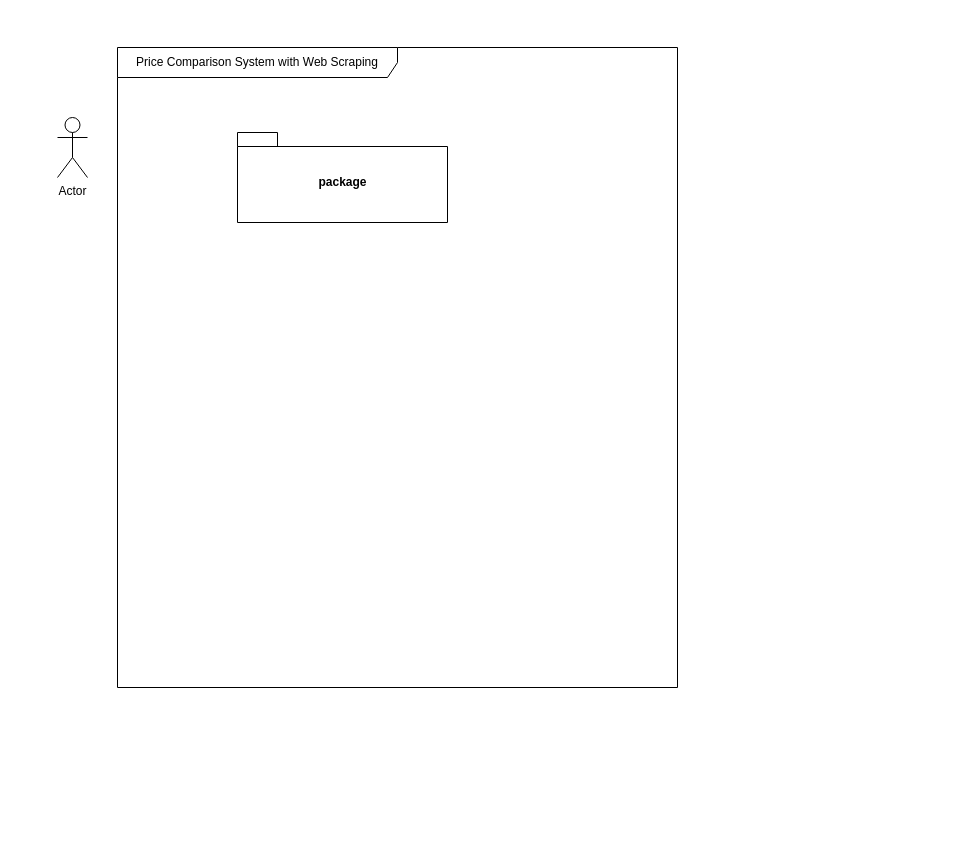
Before: Untitled Diagram.drawio in newzyz/Share, a draw.io diagram. Source tidied: cells renumbered, new cells numbered last; positions are measured from the earlier drawing's top-left corner, leaving out a move shared by most shapes. Both pictures are drawn from the tidied source at 100%, with x=0, y=0 at pixel (57, 47).
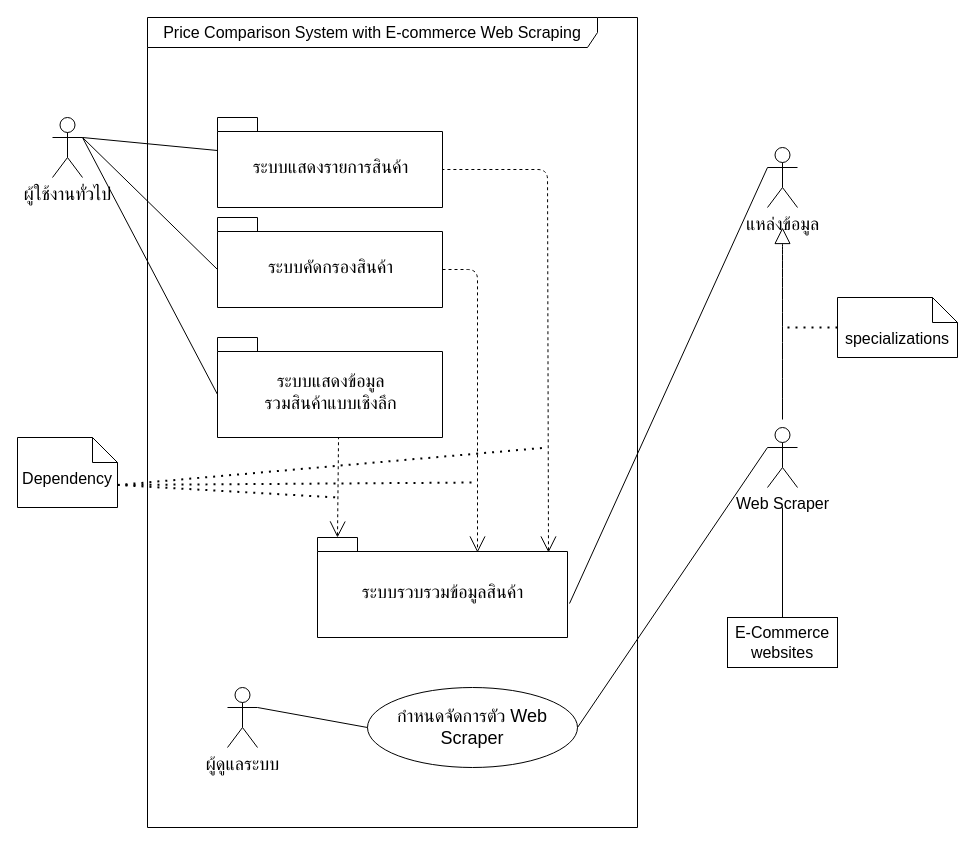
Above is the later version.

Diff of the diagram source:
```diff
@@
+    <mxCell id="4" value="&lt;font style=&quot;font-size: 16px&quot;&gt;Price Comparison System with E-commerce Web Scraping&lt;/font&gt;" style="shape=umlFrame;whiteSpace=wrap;html=1;hachureGap=4;width=450;height=30;fontSize=16;" parent="1" vertex="1">
+      <mxGeometry x="90" y="-30" width="490" height="810" as="geometry" />
+    </mxCell>
-    <mxCell id="2" value="Actor" style="shape=umlActor;verticalLabelPosition=bottom;verticalAlign=top;html=1;outlineConnect=0;hachureGap=4;" parent="1" vertex="1">
-      <mxGeometry y="70" width="30" height="60" as="geometry" />
+    <mxCell id="2" value="&lt;font style=&quot;font-size: 18px&quot;&gt;ผู้ใช้งานทั่วไป&lt;/font&gt;" style="shape=umlActor;verticalLabelPosition=bottom;verticalAlign=top;html=1;outlineConnect=0;hachureGap=4;" parent="1" vertex="1">
+      <mxGeometry x="-5" y="70" width="30" height="60" as="geometry" />
     </mxCell>
-    <mxCell id="3" value="package" style="shape=folder;fontStyle=1;spacingTop=10;tabWidth=40;tabHeight=14;tabPosition=left;html=1;hachureGap=4;" parent="1" vertex="1">
-      <mxGeometry x="180" y="85" width="210" height="90" as="geometry" />
+    <mxCell id="3" value="&lt;font style=&quot;font-size: 18px ; font-weight: normal&quot;&gt;ระบบแสดงรายการสินค้า&lt;/font&gt;" style="shape=folder;fontStyle=1;spacingTop=10;tabWidth=40;tabHeight=14;tabPosition=left;html=1;hachureGap=4;" parent="1" vertex="1">
+      <mxGeometry x="160" y="70" width="225" height="90" as="geometry" />
     </mxCell>
-    <mxCell id="4" value="Price Comparison System with Web Scraping" style="shape=umlFrame;whiteSpace=wrap;html=1;hachureGap=4;width=280;height=30;" parent="1" vertex="1">
-      <mxGeometry x="60" width="560" height="640" as="geometry" />
-    </mxCell>
+    <mxCell id="5" style="endArrow=none;html=1;startSize=14;endSize=14;sourcePerimeterSpacing=8;targetPerimeterSpacing=8;entryX=0;entryY=0;entryDx=0;entryDy=33;entryPerimeter=0;exitX=1;exitY=0.3333333333333333;exitDx=0;exitDy=0;exitPerimeter=0;" parent="1" edge="1" source="2" target="3">
+      <mxGeometry relative="1" as="geometry" />
+    </mxCell>
+    <mxCell id="6" value="&lt;font style=&quot;font-size: 18px ; font-weight: normal&quot;&gt;ระบบคัดกรองสินค้า&lt;/font&gt;" style="shape=folder;fontStyle=1;spacingTop=10;tabWidth=40;tabHeight=14;tabPosition=left;html=1;hachureGap=4;" parent="1" vertex="1">
+      <mxGeometry x="160" y="170" width="225" height="90" as="geometry" />
+    </mxCell>
+    <mxCell id="7" value="&lt;font style=&quot;font-size: 18px ; font-weight: normal&quot;&gt;ระบบแสดงข้อมูล&lt;br&gt;รวมสินค้าแบบเชิงลึก&lt;/font&gt;" style="shape=folder;fontStyle=1;spacingTop=10;tabWidth=40;tabHeight=14;tabPosition=left;html=1;hachureGap=4;" parent="1" vertex="1">
+      <mxGeometry x="160" y="290" width="225" height="100" as="geometry" />
+    </mxCell>
+    <mxCell id="8" style="endArrow=none;html=1;startSize=14;endSize=14;sourcePerimeterSpacing=8;targetPerimeterSpacing=8;entryX=1;entryY=0.3333333333333333;entryDx=0;entryDy=0;entryPerimeter=0;exitX=0;exitY=0;exitDx=0;exitDy=52;exitPerimeter=0;" parent="1" edge="1" source="6" target="2">
+      <mxGeometry relative="1" as="geometry" />
+    </mxCell>
+    <mxCell id="9" style="endArrow=none;html=1;startSize=14;endSize=14;sourcePerimeterSpacing=8;targetPerimeterSpacing=8;entryX=1;entryY=0.3333333333333333;entryDx=0;entryDy=0;entryPerimeter=0;exitX=0;exitY=0;exitDx=0;exitDy=57;exitPerimeter=0;" parent="1" edge="1" source="7" target="2">
+      <mxGeometry relative="1" as="geometry" />
+    </mxCell>
+    <mxCell id="10" style="edgeStyle=none;curved=1;rounded=0;jettySize=auto;html=1;endArrow=none;endFill=0;startSize=14;endSize=14;sourcePerimeterSpacing=8;targetPerimeterSpacing=8;strokeColor=default;startArrow=block;startFill=0;" parent="1" edge="1" target="12">
+      <mxGeometry relative="1" as="geometry">
+        <mxPoint x="725" y="180" as="sourcePoint" />
+      </mxGeometry>
+    </mxCell>
+    <mxCell id="11" value="&lt;font style=&quot;font-size: 18px&quot;&gt;แหล่งข้อมูล&lt;/font&gt;" style="shape=umlActor;verticalLabelPosition=bottom;verticalAlign=top;html=1;hachureGap=4;" parent="1" vertex="1">
+      <mxGeometry x="710" y="100" width="30" height="60" as="geometry" />
+    </mxCell>
+    <mxCell id="12" value="&lt;font style=&quot;font-size: 16px&quot;&gt;Web Scraper&lt;/font&gt;" style="shape=umlActor;verticalLabelPosition=bottom;verticalAlign=top;html=1;hachureGap=4;" parent="1" vertex="1">
+      <mxGeometry x="710" y="380" width="30" height="60" as="geometry" />
+    </mxCell>
+    <mxCell id="13" value="&lt;font style=&quot;font-size: 18px ; font-weight: normal&quot;&gt;ระบบรวบรวมข้อมูลสินค้า&lt;/font&gt;" style="shape=folder;fontStyle=1;spacingTop=10;tabWidth=40;tabHeight=14;tabPosition=left;html=1;hachureGap=4;" parent="1" vertex="1">
+      <mxGeometry x="260" y="490" width="250" height="100" as="geometry" />
+    </mxCell>
+    <mxCell id="14" style="endArrow=none;html=1;startSize=14;endSize=14;sourcePerimeterSpacing=8;targetPerimeterSpacing=8;strokeColor=default;entryX=0;entryY=0.3333333333333333;entryDx=0;entryDy=0;entryPerimeter=0;exitX=1.008;exitY=0.66;exitDx=0;exitDy=0;exitPerimeter=0;" parent="1" edge="1" source="13" target="11">
+      <mxGeometry relative="1" as="geometry" />
+    </mxCell>
+    <mxCell id="15" style="endArrow=none;dashed=1;html=1;startSize=14;endSize=14;sourcePerimeterSpacing=8;targetPerimeterSpacing=8;strokeColor=default;entryX=0.538;entryY=1;entryDx=0;entryDy=0;entryPerimeter=0;endFill=0;startArrow=open;startFill=0;exitX=0;exitY=0;exitDx=20;exitDy=0;exitPerimeter=0;" parent="1" edge="1" source="13" target="7">
+      <mxGeometry relative="1" as="geometry" />
+    </mxCell>
+    <mxCell id="16" style="endArrow=open;dashed=1;html=1;startSize=14;endSize=14;sourcePerimeterSpacing=8;targetPerimeterSpacing=8;strokeColor=default;exitX=0;exitY=0;exitDx=225;exitDy=52;exitPerimeter=0;entryX=0.64;entryY=0.15;entryDx=0;entryDy=0;entryPerimeter=0;startArrow=none;startFill=0;endFill=0;" parent="1" edge="1" source="6" target="13">
+      <mxGeometry relative="1" as="geometry">
+        <Array as="points">
+          <mxPoint x="420" y="222" />
+        </Array>
+      </mxGeometry>
+    </mxCell>
+    <mxCell id="17" style="endArrow=none;dashed=1;html=1;startSize=14;endSize=14;sourcePerimeterSpacing=8;targetPerimeterSpacing=8;strokeColor=default;startArrow=open;startFill=0;entryX=0;entryY=0;entryDx=225;entryDy=52;entryPerimeter=0;exitX=0.924;exitY=0.15;exitDx=0;exitDy=0;exitPerimeter=0;" parent="1" edge="1" source="13" target="3">
+      <mxGeometry relative="1" as="geometry">
+        <Array as="points">
+          <mxPoint x="490" y="122" />
+        </Array>
+      </mxGeometry>
+    </mxCell>
+    <mxCell id="18" value="&lt;font style=&quot;font-size: 16px&quot;&gt;Dependency&lt;/font&gt;" style="shape=note2;boundedLbl=1;whiteSpace=wrap;html=1;size=25;verticalAlign=top;align=center;hachureGap=4;" parent="1" vertex="1">
+      <mxGeometry x="-40" y="390" width="100" height="70" as="geometry" />
+    </mxCell>
+    <mxCell id="19" style="endArrow=none;dashed=1;html=1;dashPattern=1 3;strokeWidth=2;startSize=14;endSize=14;sourcePerimeterSpacing=8;targetPerimeterSpacing=8;exitX=0;exitY=0;exitDx=100;exitDy=47.5;exitPerimeter=0;" parent="1" edge="1" source="18">
+      <mxGeometry relative="1" as="geometry">
+        <mxPoint x="280" y="450" as="targetPoint" />
+      </mxGeometry>
+    </mxCell>
+    <mxCell id="20" style="endArrow=none;dashed=1;html=1;dashPattern=1 3;strokeWidth=2;startSize=14;endSize=14;sourcePerimeterSpacing=8;targetPerimeterSpacing=8;exitX=0;exitY=0;exitDx=100;exitDy=47.5;exitPerimeter=0;" parent="1" edge="1" source="18">
+      <mxGeometry relative="1" as="geometry">
+        <mxPoint x="490" y="400" as="targetPoint" />
+      </mxGeometry>
+    </mxCell>
+    <mxCell id="21" style="endArrow=none;dashed=1;html=1;dashPattern=1 3;strokeWidth=2;startSize=14;endSize=14;sourcePerimeterSpacing=8;targetPerimeterSpacing=8;exitX=0;exitY=0;exitDx=100;exitDy=47.5;exitPerimeter=0;" parent="1" edge="1" source="18">
+      <mxGeometry relative="1" as="geometry">
+        <mxPoint x="420" y="435" as="targetPoint" />
+      </mxGeometry>
+    </mxCell>
+    <mxCell id="22" value="&lt;font style=&quot;font-size: 18px&quot;&gt;กำหนดจัดการตัว Web Scraper&lt;/font&gt;" style="ellipse;whiteSpace=wrap;html=1;hachureGap=4;" parent="1" vertex="1">
+      <mxGeometry x="310" y="640" width="210" height="80" as="geometry" />
+    </mxCell>
+    <mxCell id="23" value="&lt;font style=&quot;font-size: 18px&quot;&gt;ผู้ดูแลระบบ&lt;/font&gt;" style="shape=umlActor;verticalLabelPosition=bottom;verticalAlign=top;html=1;outlineConnect=0;hachureGap=4;" parent="1" vertex="1">
+      <mxGeometry x="170" y="640" width="30" height="60" as="geometry" />
+    </mxCell>
+    <mxCell id="24" style="endArrow=none;html=1;startSize=14;endSize=14;sourcePerimeterSpacing=8;targetPerimeterSpacing=8;strokeColor=default;exitX=1;exitY=0.3333333333333333;exitDx=0;exitDy=0;exitPerimeter=0;entryX=0;entryY=0.5;entryDx=0;entryDy=0;" parent="1" edge="1" source="23" target="22">
+      <mxGeometry relative="1" as="geometry" />
+    </mxCell>
+    <mxCell id="25" style="endArrow=none;html=1;startSize=14;endSize=14;sourcePerimeterSpacing=8;targetPerimeterSpacing=8;strokeColor=default;entryX=0;entryY=0.3333333333333333;entryDx=0;entryDy=0;entryPerimeter=0;exitX=1;exitY=0.5;exitDx=0;exitDy=0;" parent="1" edge="1" source="22" target="12">
+      <mxGeometry relative="1" as="geometry" />
+    </mxCell>
+    <mxCell id="26" value="&lt;font style=&quot;font-size: 16px&quot;&gt;specializations&lt;/font&gt;" style="shape=note2;boundedLbl=1;whiteSpace=wrap;html=1;size=25;verticalAlign=top;align=center;hachureGap=4;" parent="1" vertex="1">
+      <mxGeometry x="780" y="250" width="120" height="60" as="geometry" />
+    </mxCell>
+    <mxCell id="27" value="&lt;font style=&quot;font-size: 16px&quot;&gt;E-Commerce websites&lt;/font&gt;" style="rounded=0;whiteSpace=wrap;html=1;hachureGap=4;" parent="1" vertex="1">
+      <mxGeometry x="670" y="570" width="110" height="50" as="geometry" />
+    </mxCell>
+    <mxCell id="28" style="endArrow=none;dashed=1;html=1;dashPattern=1 3;strokeWidth=2;startSize=14;endSize=14;sourcePerimeterSpacing=8;targetPerimeterSpacing=8;entryX=0;entryY=0.5;entryDx=0;entryDy=0;entryPerimeter=0;" parent="1" edge="1" target="26">
+      <mxGeometry relative="1" as="geometry">
+        <mxPoint x="730" y="280" as="sourcePoint" />
+      </mxGeometry>
+    </mxCell>
+    <mxCell id="29" style="endArrow=none;html=1;startSize=14;endSize=14;sourcePerimeterSpacing=8;targetPerimeterSpacing=8;strokeColor=default;exitX=0.5;exitY=0;exitDx=0;exitDy=0;" parent="1" edge="1" source="27">
+      <mxGeometry relative="1" as="geometry">
+        <mxPoint x="725" y="460" as="targetPoint" />
+      </mxGeometry>
+    </mxCell>
```
